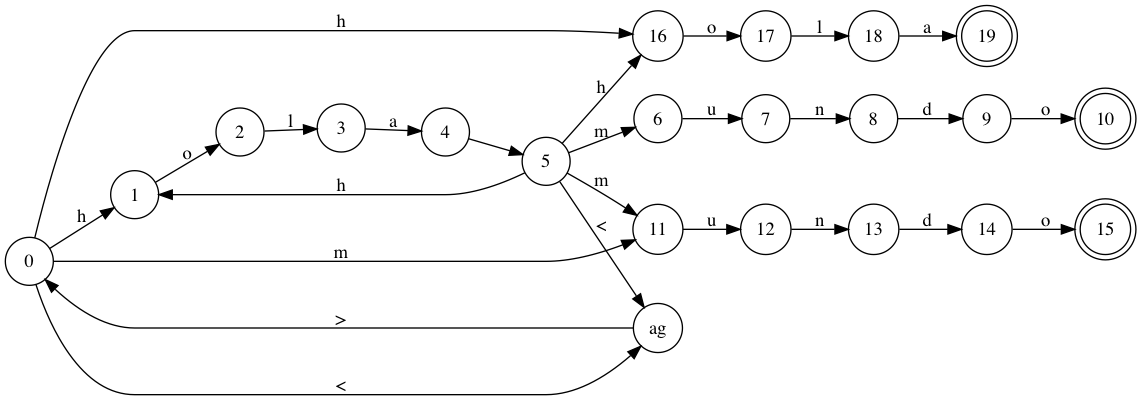
Before: noDeterminante.png, a diagram exported from Graphviz (GdeAchaval/automaton). Its source is kept beside it as noDeterminante.dot.
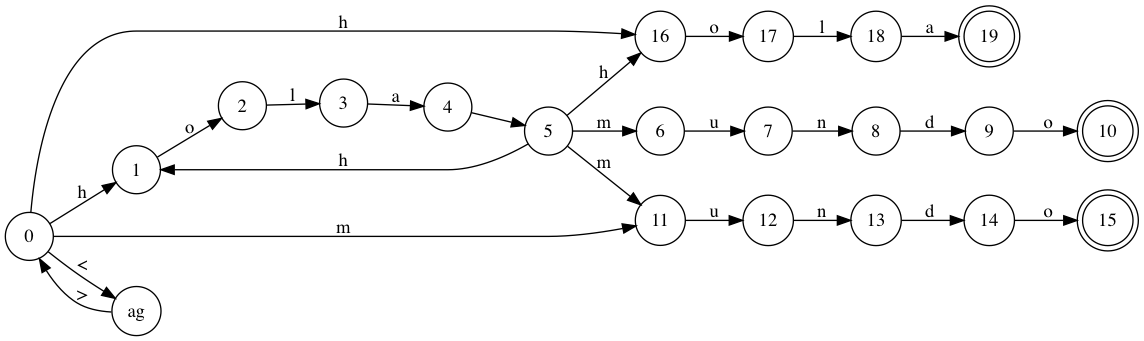
Later version of the same file.

Diff of the diagram source:
```diff
@@ -40,7 +40,6 @@
 Node_14 -> Node_15 [label="o"];
 Node_5 -> Node_1 [label="h"];
 Node_5 -> Node_16 [label="h"];
-Node_5 -> Nodetag [label="<"];
 Node_5 -> Node_6 [label="m"];
 Node_5 -> Node_11 [label="m"];
 Node_6 -> Node_7 [label="u"];
```
